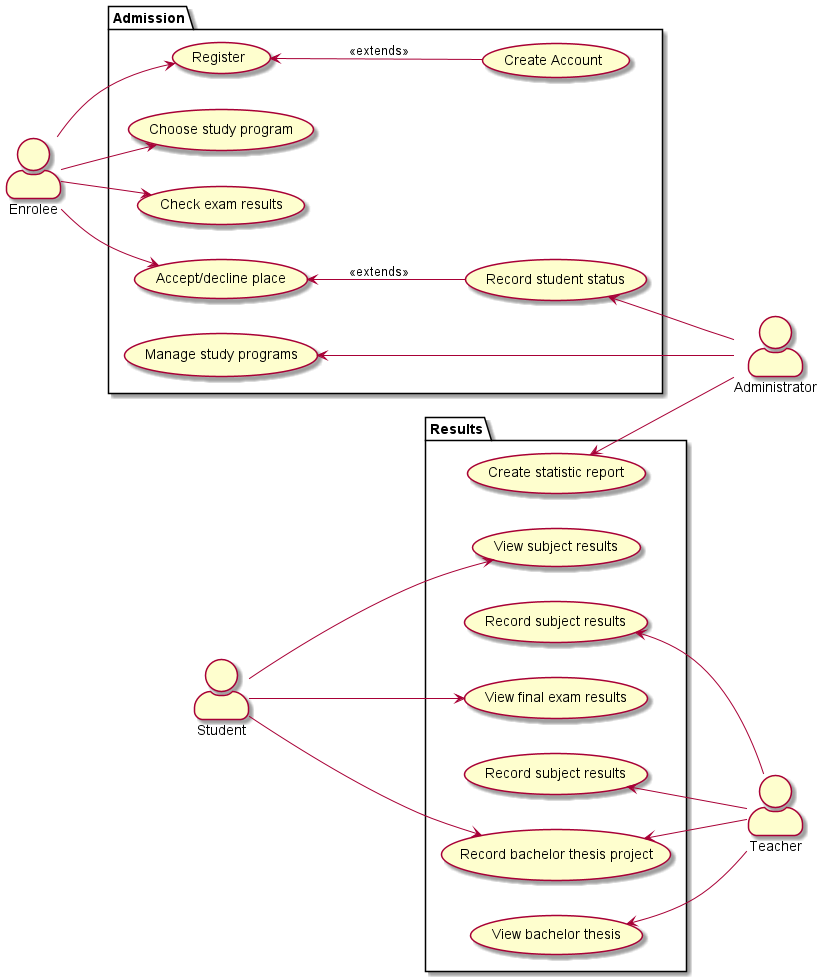
The PlantUML diagram out/seminar-work-template/seminar-work-template.png in 915-Muscalagiu-AncaIoana/NSWI041, before a commit.
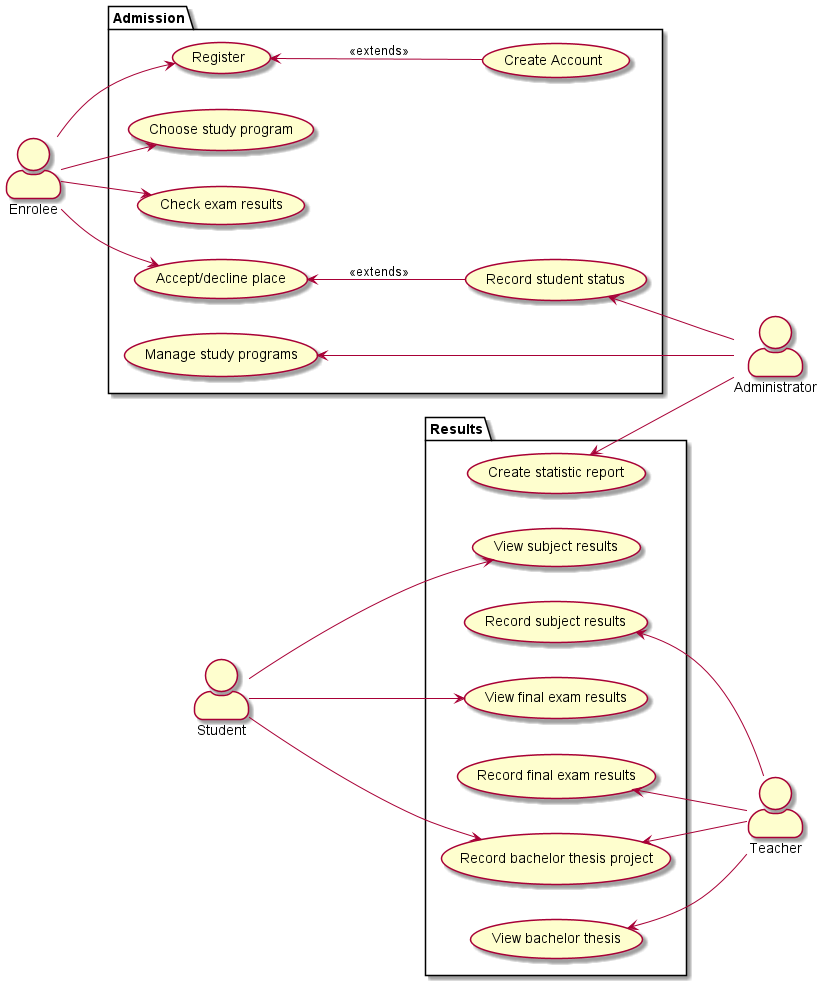
After the change.

Commit message:
diagram corrected

Change to the diagram source:
```diff
@@ -32,7 +32,7 @@
   usecase "View subject results" as UC8
   usecase "Record subject results" as UC9
   usecase "View final exam results" as UC10
-  usecase "Record subject results" as UC11
+  usecase "Record final exam results" as UC11
   usecase "Record bachelor thesis project" as UC12
   usecase "View bachelor thesis" as UC13
 }
```
